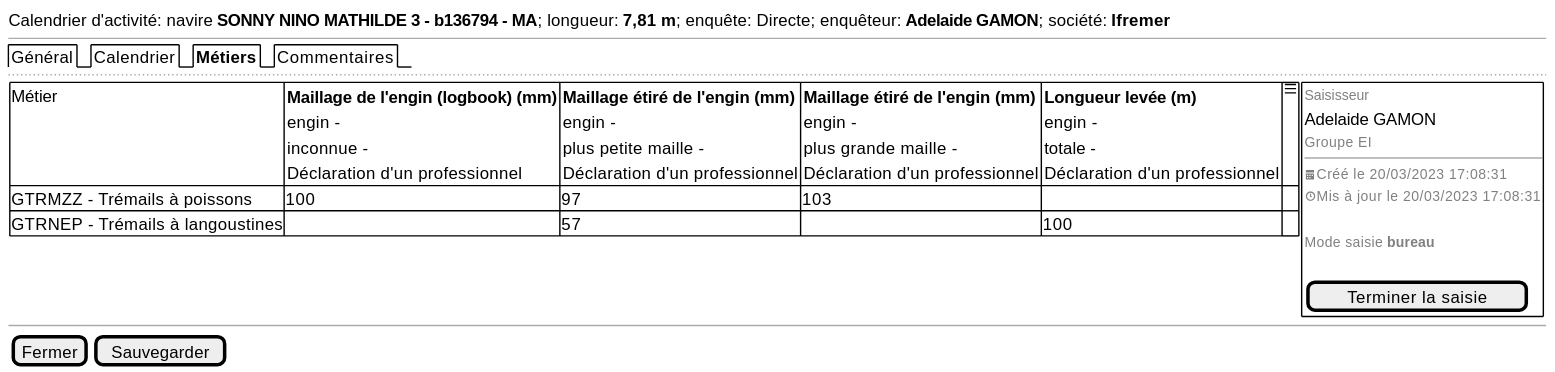
The PlantUML diagram projects/activity-calendar/spe/images/activity-calendar-metiers.svg in sumaris-net/sumaris-doc, before a commit.
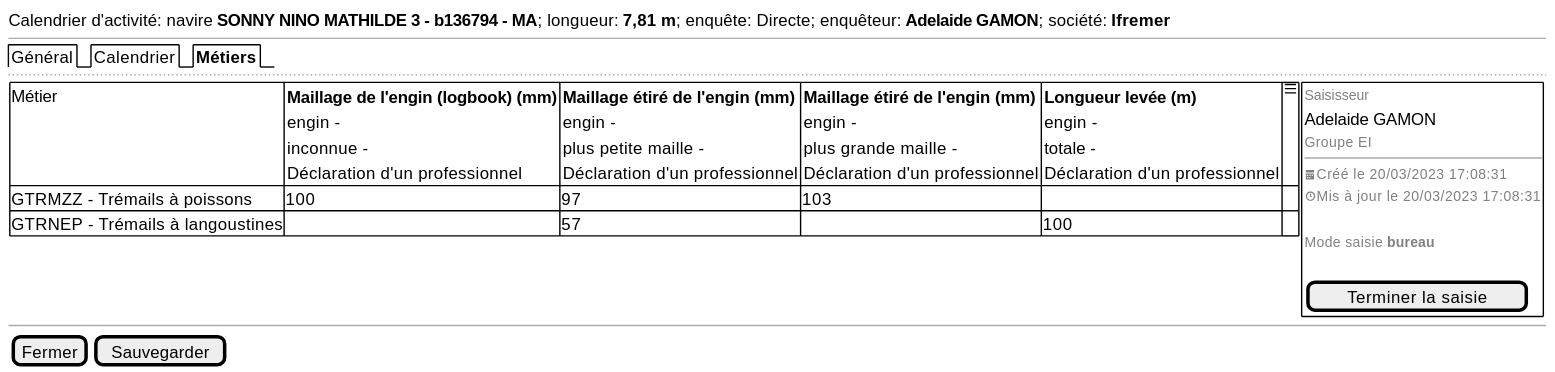
After the commit.

Diff of the diagram source:
```diff
@@ -2,7 +2,7 @@
 {
   Calendrier d'activité: navire <b>SONNY NINO MATHILDE 3 - b136794 - MA</b>; longueur: <b>7,81 m</b>; enquête: Directe; enquêteur: <b>Adelaide GAMON</b>; société: <b>Ifremer</b>
   --
-  {/ Général | Calendrier | <b>Métiers | Commentaires }
+  {/ Général | Calendrier | <b>Métiers }
   ..
 
   {
```
